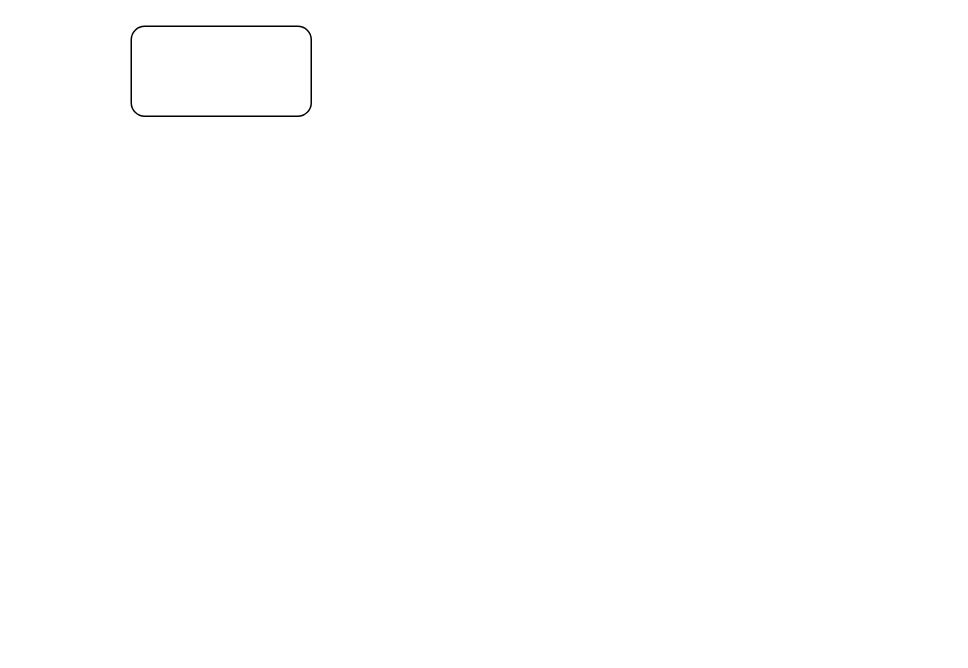
Earlier version of the draw.io diagram page "第 6 页" (6 of 8) of 晋升.drawio (VilaNan/tsxxx.github.io). Source tidied: cells renumbered, new cells numbered last; positions are measured from the earlier drawing's top-left corner, leaving out a move shared by most shapes. Both pictures are drawn from the tidied source at 150%, with x=0, y=0 at pixel (130, 26).
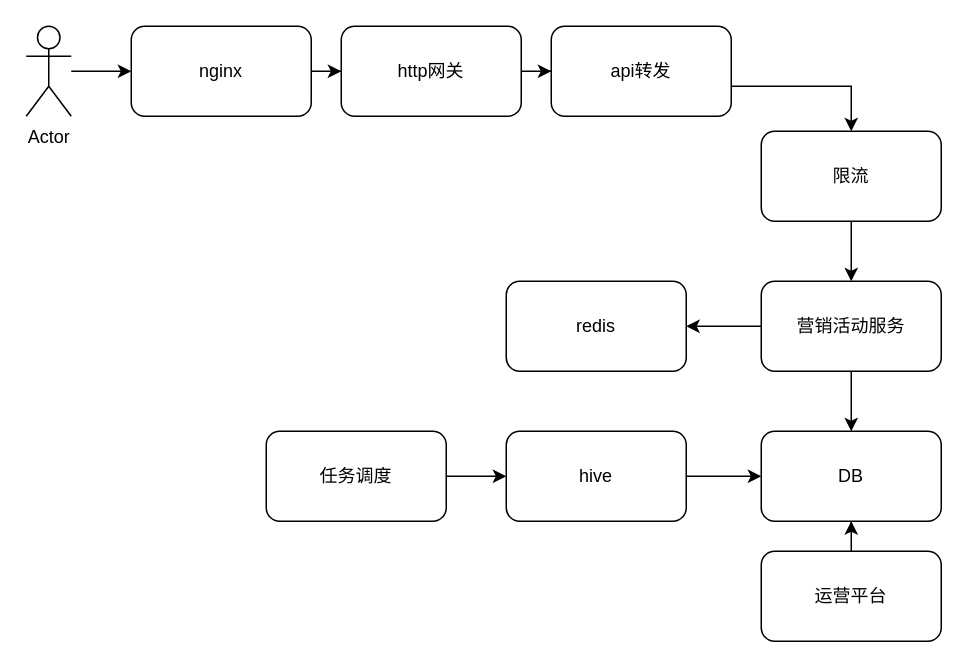
The same diagram, later.

The edit, as a diff of the source:
```diff
@@
+    <mxCell id="3" style="edgeStyle=orthogonalEdgeStyle;rounded=0;jettySize=auto;html=1;" parent="1" edge="1" source="2" target="7">
+      <mxGeometry relative="1" as="geometry" />
+    </mxCell>
-    <mxCell id="2" style="rounded=1;whiteSpace=wrap;html=1;" parent="1" vertex="1">
+    <mxCell id="2" value="nginx" style="rounded=1;whiteSpace=wrap;html=1;" parent="1" vertex="1">
       <mxGeometry width="120" height="60" as="geometry" />
     </mxCell>
+    <mxCell id="4" style="edgeStyle=orthogonalEdgeStyle;rounded=0;jettySize=auto;html=1;" parent="1" edge="1" source="5" target="2">
+      <mxGeometry relative="1" as="geometry" />
+    </mxCell>
+    <mxCell id="5" value="Actor" style="shape=umlActor;verticalLabelPosition=bottom;verticalAlign=top;html=1;outlineConnect=0;" parent="1" vertex="1">
+      <mxGeometry x="-70" width="30" height="60" as="geometry" />
+    </mxCell>
+    <mxCell id="6" style="edgeStyle=orthogonalEdgeStyle;rounded=0;jettySize=auto;html=1;" parent="1" edge="1" source="7" target="9">
+      <mxGeometry relative="1" as="geometry" />
+    </mxCell>
+    <mxCell id="7" value="http网关" style="rounded=1;whiteSpace=wrap;html=1;" parent="1" vertex="1">
+      <mxGeometry x="140" width="120" height="60" as="geometry" />
+    </mxCell>
+    <mxCell id="8" style="edgeStyle=orthogonalEdgeStyle;rounded=0;jettySize=auto;html=1;" parent="1" edge="1" source="9" target="11">
+      <mxGeometry relative="1" as="geometry">
+        <Array as="points">
+          <mxPoint x="480" y="40" />
+        </Array>
+      </mxGeometry>
+    </mxCell>
+    <mxCell id="9" value="api转发" style="rounded=1;whiteSpace=wrap;html=1;" parent="1" vertex="1">
+      <mxGeometry x="280" width="120" height="60" as="geometry" />
+    </mxCell>
+    <mxCell id="10" style="edgeStyle=orthogonalEdgeStyle;rounded=0;jettySize=auto;html=1;" parent="1" edge="1" source="11" target="14">
+      <mxGeometry relative="1" as="geometry" />
+    </mxCell>
+    <mxCell id="11" value="限流" style="rounded=1;whiteSpace=wrap;html=1;" parent="1" vertex="1">
+      <mxGeometry x="420" y="70" width="120" height="60" as="geometry" />
+    </mxCell>
+    <mxCell id="12" style="edgeStyle=orthogonalEdgeStyle;rounded=0;jettySize=auto;html=1;" parent="1" edge="1" source="14" target="15">
+      <mxGeometry relative="1" as="geometry" />
+    </mxCell>
+    <mxCell id="13" style="edgeStyle=orthogonalEdgeStyle;rounded=0;jettySize=auto;html=1;" parent="1" edge="1" source="14" target="20">
+      <mxGeometry relative="1" as="geometry" />
+    </mxCell>
+    <mxCell id="14" value="营销活动服务" style="rounded=1;whiteSpace=wrap;html=1;" parent="1" vertex="1">
+      <mxGeometry x="420" y="170" width="120" height="60" as="geometry" />
+    </mxCell>
+    <mxCell id="15" value="redis" style="rounded=1;whiteSpace=wrap;html=1;" parent="1" vertex="1">
+      <mxGeometry x="250" y="170" width="120" height="60" as="geometry" />
+    </mxCell>
+    <mxCell id="16" style="edgeStyle=orthogonalEdgeStyle;rounded=0;jettySize=auto;html=1;entryX=0;entryY=0.5;entryDx=0;entryDy=0;" parent="1" edge="1" source="17" target="20">
+      <mxGeometry relative="1" as="geometry" />
+    </mxCell>
+    <mxCell id="17" value="hive" style="rounded=1;whiteSpace=wrap;html=1;" parent="1" vertex="1">
+      <mxGeometry x="250" y="270" width="120" height="60" as="geometry" />
+    </mxCell>
+    <mxCell id="18" style="edgeStyle=orthogonalEdgeStyle;rounded=0;jettySize=auto;html=1;" parent="1" edge="1" source="19" target="20">
+      <mxGeometry relative="1" as="geometry" />
+    </mxCell>
+    <mxCell id="19" value="运营平台" style="rounded=1;whiteSpace=wrap;html=1;" parent="1" vertex="1">
+      <mxGeometry x="420" y="350" width="120" height="60" as="geometry" />
+    </mxCell>
+    <mxCell id="20" value="DB" style="rounded=1;whiteSpace=wrap;html=1;" parent="1" vertex="1">
+      <mxGeometry x="420" y="270" width="120" height="60" as="geometry" />
+    </mxCell>
+    <mxCell id="21" style="edgeStyle=orthogonalEdgeStyle;rounded=0;jettySize=auto;html=1;" parent="1" edge="1" source="22" target="17">
+      <mxGeometry relative="1" as="geometry" />
+    </mxCell>
+    <mxCell id="22" value="任务调度" style="rounded=1;whiteSpace=wrap;html=1;" parent="1" vertex="1">
+      <mxGeometry x="90" y="270" width="120" height="60" as="geometry" />
+    </mxCell>
```
